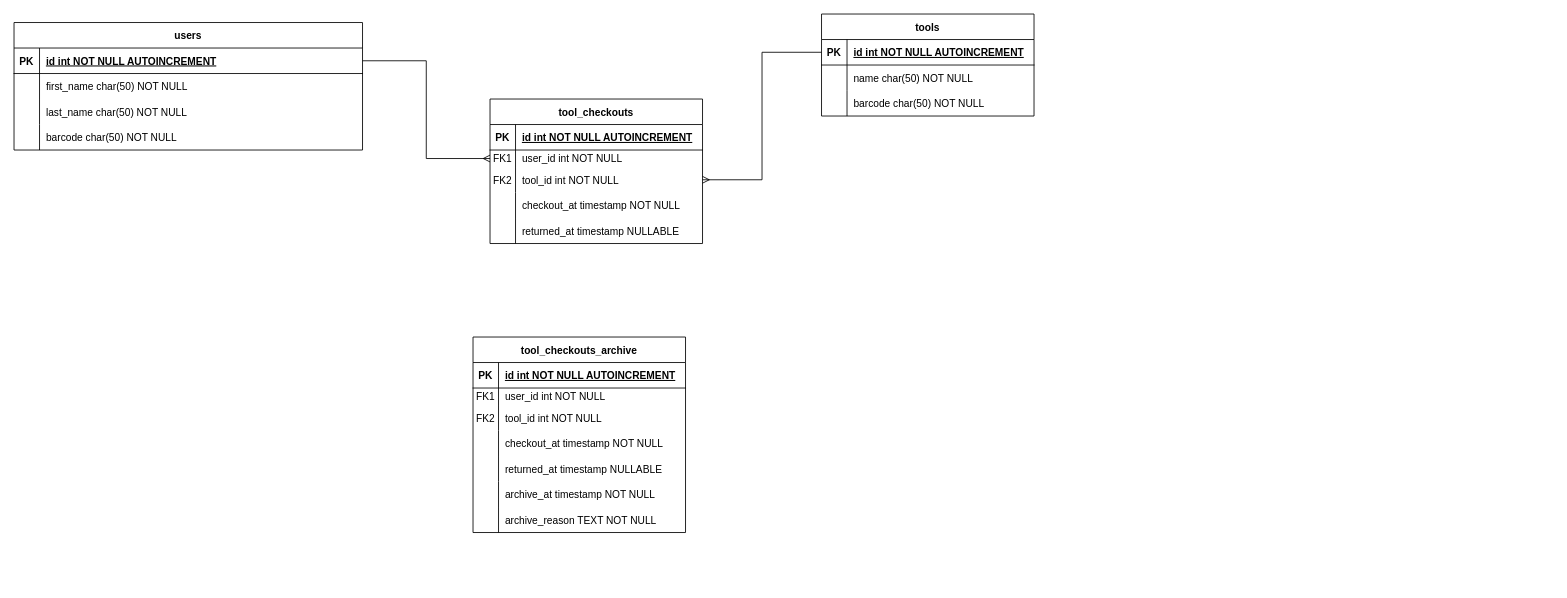
This is database_diagram.drawio from ignabelitzky/asset-manager, a draw.io file, before an edit. Source tidied: cells renumbered, new cells numbered last; positions are measured from the earlier drawing's top-left corner, leaving out a move shared by most shapes. Both pictures are drawn from the tidied source at 85%, with x=0, y=0 at pixel (14, 14).
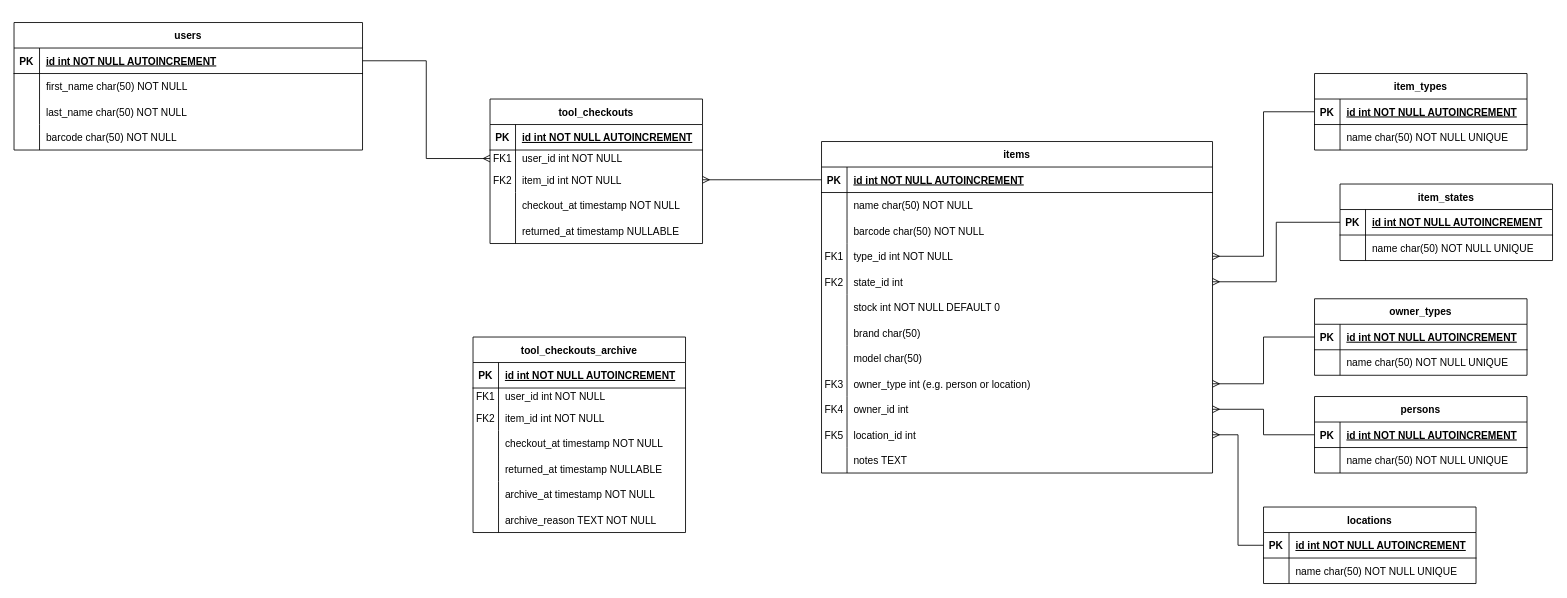
Above is the later version.

Unchanged cells that the change refers to:
```xml
<mxCell id="19" style="shape=partialRectangle;fillColor=none;points=[[0,0.5],[1,0.5]];portConstraint=eastwest;top=0;left=0;right=0;bottom=0;" parent="12" vertex="1">
  <mxGeometry y="80" width="250" height="30" as="geometry" />
</mxCell>
<mxCell id="50" style="shape=partialRectangle;fillColor=none;top=0;left=0;right=0;bottom=0;" parent="43" vertex="1">
  <mxGeometry y="80" width="250" height="30" as="geometry" />
</mxCell>
```

Diff of the diagram source:
```diff
@@
-    <mxCell id="2" value="tools" style="shape=table;startSize=30;childLayout=tableLayout;rowLines=0;fontStyle=1;align=center;" parent="1" vertex="1">
-      <mxGeometry x="950" width="250" height="120" as="geometry" />
-    </mxCell>
-    <mxCell id="3" style="shape=partialRectangle;fillColor=none;points=[[0,0.5],[1,0.5]];portConstraint=eastwest;top=0;left=0;right=0;bottom=1;" parent="2" vertex="1">
-      <mxGeometry y="30" width="250" height="30" as="geometry" />
-    </mxCell>
-    <mxCell id="4" value="PK" style="shape=partialRectangle;overflow=hidden;fillColor=none;top=0;left=0;bottom=0;right=0;fontStyle=1;" parent="3" vertex="1">
-      <mxGeometry width="30" height="30" as="geometry" />
-    </mxCell>
-    <mxCell id="5" value="id int NOT NULL AUTOINCREMENT" style="shape=partialRectangle;overflow=hidden;fillColor=none;top=0;left=0;bottom=0;right=0;align=left;spacingLeft=6;fontStyle=5;" parent="3" vertex="1">
-      <mxGeometry x="30" width="220" height="30" as="geometry" />
-    </mxCell>
-    <mxCell id="6" style="shape=partialRectangle;fillColor=none;top=0;left=0;right=0;bottom=0;" parent="2" vertex="1">
-      <mxGeometry y="60" width="250" height="30" as="geometry" />
-    </mxCell>
-    <mxCell id="7" style="shape=partialRectangle;overflow=hidden;fillColor=none;top=0;left=0;bottom=0;right=0;" parent="6" vertex="1">
-      <mxGeometry width="30" height="30" as="geometry" />
-    </mxCell>
-    <mxCell id="8" value="name char(50) NOT NULL" style="shape=partialRectangle;overflow=hidden;fillColor=none;top=0;left=0;bottom=0;right=0;align=left;spacingLeft=6;" parent="6" vertex="1">
-      <mxGeometry x="30" width="220" height="30" as="geometry" />
-    </mxCell>
-    <mxCell id="9" style="shape=partialRectangle;fillColor=none;top=0;left=0;right=0;bottom=0;" parent="2" vertex="1">
-      <mxGeometry y="90" width="250" height="30" as="geometry" />
-    </mxCell>
-    <mxCell id="10" style="shape=partialRectangle;overflow=hidden;fillColor=none;top=0;left=0;bottom=0;right=0;" parent="9" vertex="1">
-      <mxGeometry width="30" height="30" as="geometry" />
-    </mxCell>
-    <mxCell id="11" value="barcode char(50) NOT NULL" style="shape=partialRectangle;overflow=hidden;fillColor=none;top=0;left=0;bottom=0;right=0;align=left;spacingLeft=6;" parent="9" vertex="1">
-      <mxGeometry x="30" width="220" height="30" as="geometry" />
-    </mxCell>
@@
-    <mxCell id="21" value="tool_id int NOT NULL" style="shape=partialRectangle;overflow=hidden;fillColor=none;top=0;left=0;bottom=0;right=0;align=left;spacingLeft=6;" parent="19" vertex="1">
+    <mxCell id="21" value="item_id int NOT NULL" style="shape=partialRectangle;overflow=hidden;fillColor=none;top=0;left=0;bottom=0;right=0;align=left;spacingLeft=6;" parent="19" vertex="1">
       <mxGeometry x="30" width="220" height="30" as="geometry" />
     </mxCell>
@@
-    <mxCell id="42" style="edgeStyle=orthogonalEdgeStyle;rounded=0;jettySize=auto;html=1;endArrow=ERmany;endFill=0;" parent="1" edge="1" source="3" target="19">
+    <mxCell id="42" style="edgeStyle=orthogonalEdgeStyle;rounded=0;jettySize=auto;html=1;endArrow=ERmany;endFill=0;" parent="1" edge="1" source="106" target="19">
       <mxGeometry relative="1" as="geometry" />
     </mxCell>
@@
-    <mxCell id="52" value="tool_id int NOT NULL" style="shape=partialRectangle;overflow=hidden;fillColor=none;top=0;left=0;bottom=0;right=0;align=left;spacingLeft=6;" parent="50" vertex="1">
+    <mxCell id="52" value="item_id int NOT NULL" style="shape=partialRectangle;overflow=hidden;fillColor=none;top=0;left=0;bottom=0;right=0;align=left;spacingLeft=6;" parent="50" vertex="1">
       <mxGeometry x="30" width="220" height="30" as="geometry" />
     </mxCell>
@@
+    <mxCell id="65" value="item_types" style="shape=table;startSize=30;childLayout=tableLayout;rowLines=0;fontStyle=1;align=center;" parent="1" vertex="1">
+      <mxGeometry x="1530" y="70" width="250" height="90" as="geometry" />
+    </mxCell>
+    <mxCell id="66" style="shape=partialRectangle;fillColor=none;points=[[0,0.5],[1,0.5]];portConstraint=eastwest;top=0;left=0;right=0;bottom=1;" parent="65" vertex="1">
+      <mxGeometry y="30" width="250" height="30" as="geometry" />
+    </mxCell>
+    <mxCell id="67" value="PK" style="shape=partialRectangle;overflow=hidden;fillColor=none;top=0;left=0;bottom=0;right=0;fontStyle=1;" parent="66" vertex="1">
+      <mxGeometry width="30" height="30" as="geometry" />
+    </mxCell>
+    <mxCell id="68" value="id int NOT NULL AUTOINCREMENT" style="shape=partialRectangle;overflow=hidden;fillColor=none;top=0;left=0;bottom=0;right=0;align=left;spacingLeft=6;fontStyle=5;" parent="66" vertex="1">
+      <mxGeometry x="30" width="220" height="30" as="geometry" />
+    </mxCell>
+    <mxCell id="69" style="shape=partialRectangle;fillColor=none;top=0;left=0;right=0;bottom=0;" parent="65" vertex="1">
+      <mxGeometry y="60" width="250" height="30" as="geometry" />
+    </mxCell>
+    <mxCell id="70" style="shape=partialRectangle;overflow=hidden;fillColor=none;top=0;left=0;bottom=0;right=0;" parent="69" vertex="1">
+      <mxGeometry width="30" height="30" as="geometry" />
+    </mxCell>
+    <mxCell id="71" value="name char(50) NOT NULL UNIQUE" style="shape=partialRectangle;overflow=hidden;fillColor=none;top=0;left=0;bottom=0;right=0;align=left;spacingLeft=6;" parent="69" vertex="1">
+      <mxGeometry x="30" width="220" height="30" as="geometry" />
+    </mxCell>
+    <mxCell id="72" value="item_states" style="shape=table;startSize=30;childLayout=tableLayout;rowLines=0;fontStyle=1;align=center;" parent="1" vertex="1">
+      <mxGeometry x="1560" y="200" width="250" height="90" as="geometry" />
+    </mxCell>
+    <mxCell id="73" style="shape=partialRectangle;fillColor=none;points=[[0,0.5],[1,0.5]];portConstraint=eastwest;top=0;left=0;right=0;bottom=1;" parent="72" vertex="1">
+      <mxGeometry y="30" width="250" height="30" as="geometry" />
+    </mxCell>
+    <mxCell id="74" value="PK" style="shape=partialRectangle;overflow=hidden;fillColor=none;top=0;left=0;bottom=0;right=0;fontStyle=1;" parent="73" vertex="1">
+      <mxGeometry width="30" height="30" as="geometry" />
+    </mxCell>
+    <mxCell id="75" value="id int NOT NULL AUTOINCREMENT" style="shape=partialRectangle;overflow=hidden;fillColor=none;top=0;left=0;bottom=0;right=0;align=left;spacingLeft=6;fontStyle=5;" parent="73" vertex="1">
+      <mxGeometry x="30" width="220" height="30" as="geometry" />
+    </mxCell>
+    <mxCell id="76" style="shape=partialRectangle;fillColor=none;top=0;left=0;right=0;bottom=0;" parent="72" vertex="1">
+      <mxGeometry y="60" width="250" height="30" as="geometry" />
+    </mxCell>
+    <mxCell id="77" style="shape=partialRectangle;overflow=hidden;fillColor=none;top=0;left=0;bottom=0;right=0;" parent="76" vertex="1">
+      <mxGeometry width="30" height="30" as="geometry" />
+    </mxCell>
+    <mxCell id="78" value="name char(50) NOT NULL UNIQUE" style="shape=partialRectangle;overflow=hidden;fillColor=none;top=0;left=0;bottom=0;right=0;align=left;spacingLeft=6;" parent="76" vertex="1">
+      <mxGeometry x="30" width="220" height="30" as="geometry" />
+    </mxCell>
+    <mxCell id="79" value="owner_types" style="shape=table;startSize=30;childLayout=tableLayout;rowLines=0;fontStyle=1;align=center;" parent="1" vertex="1">
+      <mxGeometry x="1530" y="335" width="250" height="90" as="geometry" />
+    </mxCell>
+    <mxCell id="80" style="shape=partialRectangle;fillColor=none;points=[[0,0.5],[1,0.5]];portConstraint=eastwest;top=0;left=0;right=0;bottom=1;" parent="79" vertex="1">
+      <mxGeometry y="30" width="250" height="30" as="geometry" />
+    </mxCell>
+    <mxCell id="81" value="PK" style="shape=partialRectangle;overflow=hidden;fillColor=none;top=0;left=0;bottom=0;right=0;fontStyle=1;" parent="80" vertex="1">
+      <mxGeometry width="30" height="30" as="geometry" />
+    </mxCell>
+    <mxCell id="82" value="id int NOT NULL AUTOINCREMENT" style="shape=partialRectangle;overflow=hidden;fillColor=none;top=0;left=0;bottom=0;right=0;align=left;spacingLeft=6;fontStyle=5;" parent="80" vertex="1">
+      <mxGeometry x="30" width="220" height="30" as="geometry" />
+    </mxCell>
+    <mxCell id="83" style="shape=partialRectangle;fillColor=none;top=0;left=0;right=0;bottom=0;" parent="79" vertex="1">
+      <mxGeometry y="60" width="250" height="30" as="geometry" />
+    </mxCell>
+    <mxCell id="84" style="shape=partialRectangle;overflow=hidden;fillColor=none;top=0;left=0;bottom=0;right=0;" parent="83" vertex="1">
+      <mxGeometry width="30" height="30" as="geometry" />
+    </mxCell>
+    <mxCell id="85" value="name char(50) NOT NULL UNIQUE" style="shape=partialRectangle;overflow=hidden;fillColor=none;top=0;left=0;bottom=0;right=0;align=left;spacingLeft=6;" parent="83" vertex="1">
+      <mxGeometry x="30" width="220" height="30" as="geometry" />
+    </mxCell>
+    <mxCell id="86" value="locations" style="shape=table;startSize=30;childLayout=tableLayout;rowLines=0;fontStyle=1;align=center;" parent="1" vertex="1">
+      <mxGeometry x="1470" y="580" width="250" height="90" as="geometry" />
+    </mxCell>
+    <mxCell id="87" style="shape=partialRectangle;fillColor=none;points=[[0,0.5],[1,0.5]];portConstraint=eastwest;top=0;left=0;right=0;bottom=1;" parent="86" vertex="1">
+      <mxGeometry y="30" width="250" height="30" as="geometry" />
+    </mxCell>
+    <mxCell id="88" value="PK" style="shape=partialRectangle;overflow=hidden;fillColor=none;top=0;left=0;bottom=0;right=0;fontStyle=1;" parent="87" vertex="1">
+      <mxGeometry width="30" height="30" as="geometry" />
+    </mxCell>
+    <mxCell id="89" value="id int NOT NULL AUTOINCREMENT" style="shape=partialRectangle;overflow=hidden;fillColor=none;top=0;left=0;bottom=0;right=0;align=left;spacingLeft=6;fontStyle=5;" parent="87" vertex="1">
+      <mxGeometry x="30" width="220" height="30" as="geometry" />
+    </mxCell>
+    <mxCell id="90" style="shape=partialRectangle;fillColor=none;top=0;left=0;right=0;bottom=0;" parent="86" vertex="1">
+      <mxGeometry y="60" width="250" height="30" as="geometry" />
+    </mxCell>
+    <mxCell id="91" style="shape=partialRectangle;overflow=hidden;fillColor=none;top=0;left=0;bottom=0;right=0;" parent="90" vertex="1">
+      <mxGeometry width="30" height="30" as="geometry" />
+    </mxCell>
+    <mxCell id="92" value="name char(50) NOT NULL UNIQUE" style="shape=partialRectangle;overflow=hidden;fillColor=none;top=0;left=0;bottom=0;right=0;align=left;spacingLeft=6;" parent="90" vertex="1">
+      <mxGeometry x="30" width="220" height="30" as="geometry" />
+    </mxCell>
+    <mxCell id="93" value="persons" style="shape=table;startSize=30;childLayout=tableLayout;rowLines=0;fontStyle=1;align=center;" parent="1" vertex="1">
+      <mxGeometry x="1530" y="450" width="250" height="90" as="geometry" />
+    </mxCell>
+    <mxCell id="94" style="shape=partialRectangle;fillColor=none;points=[[0,0.5],[1,0.5]];portConstraint=eastwest;top=0;left=0;right=0;bottom=1;" parent="93" vertex="1">
+      <mxGeometry y="30" width="250" height="30" as="geometry" />
+    </mxCell>
+    <mxCell id="95" value="PK" style="shape=partialRectangle;overflow=hidden;fillColor=none;top=0;left=0;bottom=0;right=0;fontStyle=1;" parent="94" vertex="1">
+      <mxGeometry width="30" height="30" as="geometry" />
+    </mxCell>
+    <mxCell id="96" value="id int NOT NULL AUTOINCREMENT" style="shape=partialRectangle;overflow=hidden;fillColor=none;top=0;left=0;bottom=0;right=0;align=left;spacingLeft=6;fontStyle=5;" parent="94" vertex="1">
+      <mxGeometry x="30" width="220" height="30" as="geometry" />
+    </mxCell>
+    <mxCell id="97" style="shape=partialRectangle;fillColor=none;top=0;left=0;right=0;bottom=0;" parent="93" vertex="1">
+      <mxGeometry y="60" width="250" height="30" as="geometry" />
+    </mxCell>
+    <mxCell id="98" style="shape=partialRectangle;overflow=hidden;fillColor=none;top=0;left=0;bottom=0;right=0;" parent="97" vertex="1">
+      <mxGeometry width="30" height="30" as="geometry" />
+    </mxCell>
+    <mxCell id="99" value="name char(50) NOT NULL UNIQUE" style="shape=partialRectangle;overflow=hidden;fillColor=none;top=0;left=0;bottom=0;right=0;align=left;spacingLeft=6;" parent="97" vertex="1">
+      <mxGeometry x="30" width="220" height="30" as="geometry" />
+    </mxCell>
+    <mxCell id="100" style="edgeStyle=orthogonalEdgeStyle;rounded=0;jettySize=auto;html=1;endArrow=none;endFill=0;startArrow=ERmany;startFill=0;" parent="1" edge="1" source="113" target="66">
+      <mxGeometry relative="1" as="geometry" />
+    </mxCell>
+    <mxCell id="101" style="edgeStyle=orthogonalEdgeStyle;rounded=0;jettySize=auto;html=1;startArrow=ERmany;startFill=0;endArrow=none;endFill=0;" parent="1" edge="1" source="116" target="73">
+      <mxGeometry relative="1" as="geometry" />
+    </mxCell>
+    <mxCell id="102" style="edgeStyle=orthogonalEdgeStyle;rounded=0;jettySize=auto;html=1;endArrow=none;endFill=0;startArrow=ERmany;startFill=0;" parent="1" edge="1" source="128" target="80">
+      <mxGeometry relative="1" as="geometry" />
+    </mxCell>
+    <mxCell id="103" style="edgeStyle=orthogonalEdgeStyle;rounded=0;jettySize=auto;html=1;endArrow=none;endFill=0;startArrow=ERmany;startFill=0;" parent="1" edge="1" source="134" target="87">
+      <mxGeometry relative="1" as="geometry" />
+    </mxCell>
+    <mxCell id="104" style="edgeStyle=orthogonalEdgeStyle;rounded=0;jettySize=auto;html=1;startArrow=ERmany;startFill=0;endArrow=none;endFill=0;" parent="1" edge="1" source="131" target="94">
+      <mxGeometry relative="1" as="geometry" />
+    </mxCell>
+    <mxCell id="105" value="items" style="shape=table;startSize=30;childLayout=tableLayout;rowLines=0;fontStyle=1;align=center;" parent="1" vertex="1">
+      <mxGeometry x="950" y="150" width="460" height="390" as="geometry" />
+    </mxCell>
+    <mxCell id="106" style="shape=partialRectangle;fillColor=none;points=[[0,0.5],[1,0.5]];portConstraint=eastwest;top=0;left=0;right=0;bottom=1;" parent="105" vertex="1">
+      <mxGeometry y="30" width="460" height="30" as="geometry" />
+    </mxCell>
+    <mxCell id="107" value="PK" style="shape=partialRectangle;overflow=hidden;fillColor=none;top=0;left=0;bottom=0;right=0;fontStyle=1;" parent="106" vertex="1">
+      <mxGeometry width="30" height="30" as="geometry" />
+    </mxCell>
+    <mxCell id="108" value="id int NOT NULL AUTOINCREMENT" style="shape=partialRectangle;overflow=hidden;fillColor=none;top=0;left=0;bottom=0;right=0;align=left;spacingLeft=6;fontStyle=5;" parent="106" vertex="1">
+      <mxGeometry x="30" width="430" height="30" as="geometry" />
+    </mxCell>
+    <mxCell id="109" style="shape=partialRectangle;fillColor=none;top=0;left=0;right=0;bottom=0;" parent="105" vertex="1">
+      <mxGeometry y="60" width="460" height="30" as="geometry" />
+    </mxCell>
+    <mxCell id="110" style="shape=partialRectangle;overflow=hidden;fillColor=none;top=0;left=0;bottom=0;right=0;" parent="109" vertex="1">
+      <mxGeometry width="30" height="30" as="geometry" />
+    </mxCell>
+    <mxCell id="8" value="name char(50) NOT NULL" style="shape=partialRectangle;overflow=hidden;fillColor=none;top=0;left=0;bottom=0;right=0;align=left;spacingLeft=6;" parent="109" vertex="1">
+      <mxGeometry x="30" width="430" height="30" as="geometry" />
+    </mxCell>
+    <mxCell id="111" style="shape=partialRectangle;fillColor=none;top=0;left=0;right=0;bottom=0;" parent="105" vertex="1">
+      <mxGeometry y="90" width="460" height="30" as="geometry" />
+    </mxCell>
+    <mxCell id="112" style="shape=partialRectangle;overflow=hidden;fillColor=none;top=0;left=0;bottom=0;right=0;" parent="111" vertex="1">
+      <mxGeometry width="30" height="30" as="geometry" />
+    </mxCell>
+    <mxCell id="11" value="barcode char(50) NOT NULL" style="shape=partialRectangle;overflow=hidden;fillColor=none;top=0;left=0;bottom=0;right=0;align=left;spacingLeft=6;" parent="111" vertex="1">
+      <mxGeometry x="30" width="430" height="30" as="geometry" />
+    </mxCell>
+    <mxCell id="113" style="shape=partialRectangle;fillColor=none;points=[[0,0.5],[1,0.5]];portConstraint=eastwest;top=0;left=0;right=0;bottom=0;" parent="105" vertex="1">
+      <mxGeometry y="120" width="460" height="30" as="geometry" />
+    </mxCell>
+    <mxCell id="114" value="FK1" style="shape=partialRectangle;overflow=hidden;fillColor=none;top=0;left=0;bottom=0;right=0;" parent="113" vertex="1">
+      <mxGeometry width="30" height="30" as="geometry" />
+    </mxCell>
+    <mxCell id="115" value="type_id int NOT NULL" style="shape=partialRectangle;overflow=hidden;fillColor=none;top=0;left=0;bottom=0;right=0;align=left;spacingLeft=6;" parent="113" vertex="1">
+      <mxGeometry x="30" width="430" height="30" as="geometry" />
+    </mxCell>
+    <mxCell id="116" style="shape=partialRectangle;fillColor=none;points=[[0,0.5],[1,0.5]];portConstraint=eastwest;top=0;left=0;right=0;bottom=0;" parent="105" vertex="1">
+      <mxGeometry y="150" width="460" height="30" as="geometry" />
+    </mxCell>
+    <mxCell id="117" value="FK2" style="shape=partialRectangle;overflow=hidden;fillColor=none;top=0;left=0;bottom=0;right=0;" parent="116" vertex="1">
+      <mxGeometry width="30" height="30" as="geometry" />
+    </mxCell>
+    <mxCell id="118" value="state_id int" style="shape=partialRectangle;overflow=hidden;fillColor=none;top=0;left=0;bottom=0;right=0;align=left;spacingLeft=6;" parent="116" vertex="1">
+      <mxGeometry x="30" width="430" height="30" as="geometry" />
+    </mxCell>
+    <mxCell id="119" style="shape=partialRectangle;fillColor=none;top=0;left=0;right=0;bottom=0;" parent="105" vertex="1">
+      <mxGeometry y="180" width="460" height="30" as="geometry" />
+    </mxCell>
+    <mxCell id="120" style="shape=partialRectangle;overflow=hidden;fillColor=none;top=0;left=0;bottom=0;right=0;" parent="119" vertex="1">
+      <mxGeometry width="30" height="30" as="geometry" />
+    </mxCell>
+    <mxCell id="121" value="stock int NOT NULL DEFAULT 0" style="shape=partialRectangle;overflow=hidden;fillColor=none;top=0;left=0;bottom=0;right=0;align=left;spacingLeft=6;" parent="119" vertex="1">
+      <mxGeometry x="30" width="430" height="30" as="geometry" />
+    </mxCell>
+    <mxCell id="122" style="shape=partialRectangle;fillColor=none;top=0;left=0;right=0;bottom=0;" parent="105" vertex="1">
+      <mxGeometry y="210" width="460" height="30" as="geometry" />
+    </mxCell>
+    <mxCell id="123" style="shape=partialRectangle;overflow=hidden;fillColor=none;top=0;left=0;bottom=0;right=0;" parent="122" vertex="1">
+      <mxGeometry width="30" height="30" as="geometry" />
+    </mxCell>
+    <mxCell id="124" value="brand char(50)" style="shape=partialRectangle;overflow=hidden;fillColor=none;top=0;left=0;bottom=0;right=0;align=left;spacingLeft=6;" parent="122" vertex="1">
+      <mxGeometry x="30" width="430" height="30" as="geometry" />
+    </mxCell>
+    <mxCell id="125" style="shape=partialRectangle;fillColor=none;top=0;left=0;right=0;bottom=0;" parent="105" vertex="1">
+      <mxGeometry y="240" width="460" height="30" as="geometry" />
+    </mxCell>
+    <mxCell id="126" style="shape=partialRectangle;overflow=hidden;fillColor=none;top=0;left=0;bottom=0;right=0;" parent="125" vertex="1">
+      <mxGeometry width="30" height="30" as="geometry" />
+    </mxCell>
+    <mxCell id="127" value="model char(50)" style="shape=partialRectangle;overflow=hidden;fillColor=none;top=0;left=0;bottom=0;right=0;align=left;spacingLeft=6;" parent="125" vertex="1">
+      <mxGeometry x="30" width="430" height="30" as="geometry" />
+    </mxCell>
+    <mxCell id="128" style="shape=partialRectangle;fillColor=none;points=[[0,0.5],[1,0.5]];portConstraint=eastwest;top=0;left=0;right=0;bottom=0;" parent="105" vertex="1">
+      <mxGeometry y="270" width="460" height="30" as="geometry" />
+    </mxCell>
+    <mxCell id="129" value="FK3" style="shape=partialRectangle;overflow=hidden;fillColor=none;top=0;left=0;bottom=0;right=0;" parent="128" vertex="1">
+      <mxGeometry width="30" height="30" as="geometry" />
+    </mxCell>
+    <mxCell id="130" value="owner_type int (e.g. person or location)" style="shape=partialRectangle;overflow=hidden;fillColor=none;top=0;left=0;bottom=0;right=0;align=left;spacingLeft=6;" parent="128" vertex="1">
+      <mxGeometry x="30" width="430" height="30" as="geometry" />
+    </mxCell>
+    <mxCell id="131" style="shape=partialRectangle;fillColor=none;points=[[0,0.5],[1,0.5]];portConstraint=eastwest;top=0;left=0;right=0;bottom=0;" parent="105" vertex="1">
+      <mxGeometry y="300" width="460" height="30" as="geometry" />
+    </mxCell>
+    <mxCell id="132" value="FK4" style="shape=partialRectangle;overflow=hidden;fillColor=none;top=0;left=0;bottom=0;right=0;" parent="131" vertex="1">
+      <mxGeometry width="30" height="30" as="geometry" />
+    </mxCell>
+    <mxCell id="133" value="owner_id int" style="shape=partialRectangle;overflow=hidden;fillColor=none;top=0;left=0;bottom=0;right=0;align=left;spacingLeft=6;" parent="131" vertex="1">
+      <mxGeometry x="30" width="430" height="30" as="geometry" />
+    </mxCell>
+    <mxCell id="134" style="shape=partialRectangle;fillColor=none;points=[[0,0.5],[1,0.5]];portConstraint=eastwest;top=0;left=0;right=0;bottom=0;" parent="105" vertex="1">
+      <mxGeometry y="330" width="460" height="30" as="geometry" />
+    </mxCell>
+    <mxCell id="135" value="FK5" style="shape=partialRectangle;overflow=hidden;fillColor=none;top=0;left=0;bottom=0;right=0;" parent="134" vertex="1">
+      <mxGeometry width="30" height="30" as="geometry" />
+    </mxCell>
+    <mxCell id="136" value="location_id int" style="shape=partialRectangle;overflow=hidden;fillColor=none;top=0;left=0;bottom=0;right=0;align=left;spacingLeft=6;" parent="134" vertex="1">
+      <mxGeometry x="30" width="430" height="30" as="geometry" />
+    </mxCell>
+    <mxCell id="137" style="shape=partialRectangle;fillColor=none;top=0;left=0;right=0;bottom=0;" parent="105" vertex="1">
+      <mxGeometry y="360" width="460" height="30" as="geometry" />
+    </mxCell>
+    <mxCell id="138" style="shape=partialRectangle;overflow=hidden;fillColor=none;top=0;left=0;bottom=0;right=0;" parent="137" vertex="1">
+      <mxGeometry width="30" height="30" as="geometry" />
+    </mxCell>
+    <mxCell id="139" value="notes TEXT" style="shape=partialRectangle;overflow=hidden;fillColor=none;top=0;left=0;bottom=0;right=0;align=left;spacingLeft=6;" parent="137" vertex="1">
+      <mxGeometry x="30" width="430" height="30" as="geometry" />
+    </mxCell>
```
